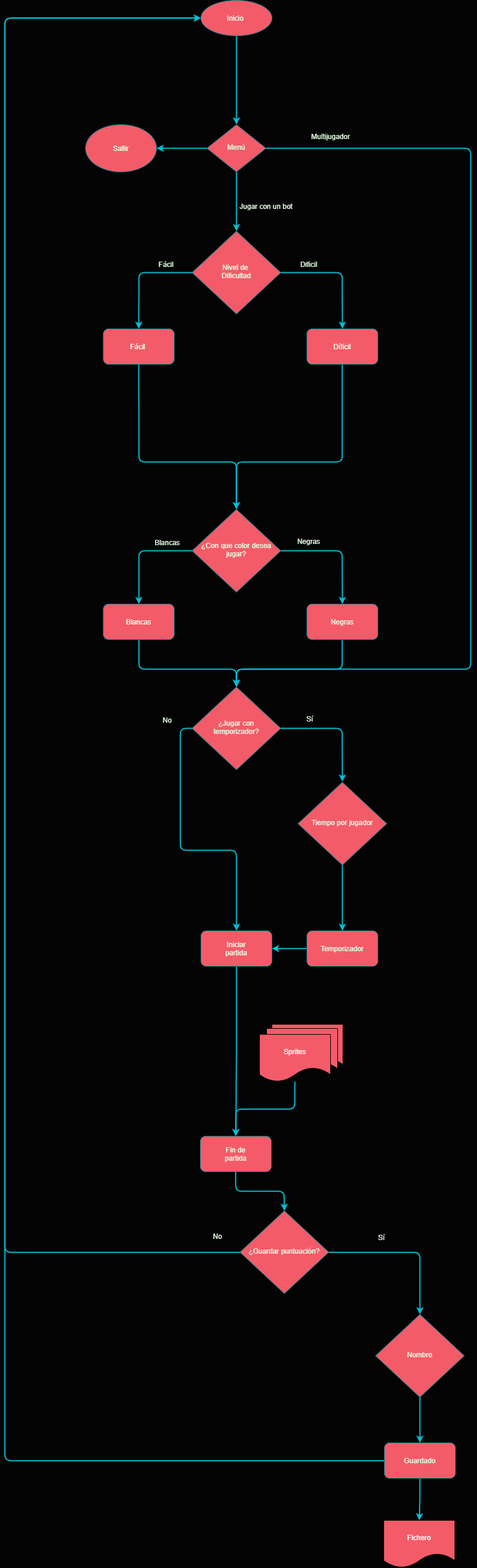
aigora/twIE_2021-chkr_s-l keeps this draw.io diagram as Diagrama de flujo!.png. Above is the earlier version. Source tidied: cells renumbered, new cells last; positions are measured from the earlier drawing's top-left corner, leaving out a move shared by most shapes.
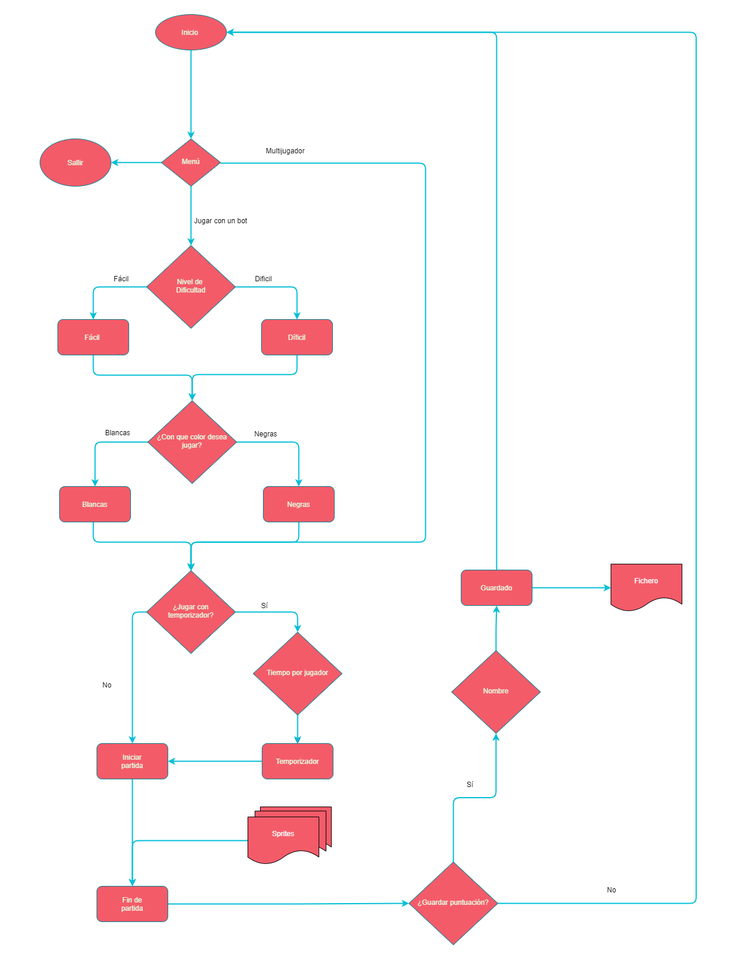
The same file after the commit.

Commit message:
Cambiados diagramas en cuanto a estética

Diff of the diagram source:
```diff
@@ -1,4 +1,4 @@
-<mxGraphModel background="#030303">
+<mxGraphModel background="#FFFFFF">
   <root>
     <mxCell id="0" />
     <mxCell id="1" parent="0" />
@@ -8,12 +8,14 @@
     <mxCell id="3" style="edgeStyle=orthogonalEdgeStyle;curved=0;rounded=1;sketch=0;jettySize=auto;html=1;entryX=0.5;entryY=0;entryDx=0;entryDy=0;fillColor=#F45B69;fontColor=#E4FDE1;strokeColor=#03BED6;strokeWidth=2;" parent="1" edge="1" source="5" target="19">
       <mxGeometry relative="1" as="geometry" />
     </mxCell>
-    <mxCell id="4" style="edgeStyle=orthogonalEdgeStyle;rounded=1;jettySize=auto;html=1;entryX=0.5;entryY=0;entryDx=0;entryDy=0;strokeColor=#03BED6;strokeWidth=2;" parent="1" edge="1" source="5" target="26">
+    <mxCell id="4" style="edgeStyle=orthogonalEdgeStyle;rounded=1;orthogonalLoop=1;jettySize=auto;html=1;entryX=0.5;entryY=0;entryDx=0;entryDy=0;strokeColor=#03BED6;strokeWidth=2;" parent="1" edge="1">
       <mxGeometry relative="1" as="geometry">
+        <mxPoint x="441" y="251" as="sourcePoint" />
+        <mxPoint x="391" y="940" as="targetPoint" />
         <Array as="points">
-          <mxPoint x="787" y="250" />
-          <mxPoint x="787" y="1130" />
-          <mxPoint x="391" y="1130" />
+          <mxPoint x="787" y="251" />
+          <mxPoint x="787" y="891" />
+          <mxPoint x="391" y="891" />
         </Array>
       </mxGeometry>
     </mxCell>
@@ -23,7 +25,8 @@
     <mxCell id="6" style="edgeStyle=orthogonalEdgeStyle;curved=0;rounded=1;sketch=0;jettySize=auto;html=1;fillColor=#F45B69;fontColor=#E4FDE1;exitX=0.5;exitY=1;exitDx=0;exitDy=0;entryX=0.5;entryY=0;entryDx=0;entryDy=0;strokeColor=#03BED6;strokeWidth=2;" parent="1" edge="1" source="21" target="9">
       <mxGeometry relative="1" as="geometry">
         <Array as="points">
-          <mxPoint x="226" y="780" />
+          <mxPoint x="226" y="609" />
+          <mxPoint x="393" y="609" />
         </Array>
       </mxGeometry>
     </mxCell>
@@ -34,7 +37,7 @@
       <mxGeometry relative="1" as="geometry" />
     </mxCell>
     <mxCell id="9" value="¿Con que color desea jugar?" style="rhombus;whiteSpace=wrap;html=1;shadow=0;fontFamily=Helvetica;fontSize=12;align=center;strokeWidth=1;spacing=6;spacingTop=-4;fillColor=#F45B69;strokeColor=#028090;fontColor=#E4FDE1;" parent="1" vertex="1">
-      <mxGeometry x="316" y="860" width="150" height="140" as="geometry" />
+      <mxGeometry x="318" y="652" width="150" height="140" as="geometry" />
     </mxCell>
     <mxCell id="10" style="edgeStyle=orthogonalEdgeStyle;curved=0;rounded=1;sketch=0;jettySize=auto;html=1;entryX=0.5;entryY=0;entryDx=0;entryDy=0;fillColor=#F45B69;fontColor=#E4FDE1;strokeColor=#03BED6;strokeWidth=2;" parent="1" edge="1" source="11" target="5">
       <mxGeometry relative="1" as="geometry" />
@@ -45,32 +48,33 @@
     <mxCell id="12" value="Sallir" style="ellipse;whiteSpace=wrap;html=1;fillColor=#F45B69;strokeColor=#028090;fontColor=#E4FDE1;" parent="1" vertex="1">
       <mxGeometry x="136" y="210" width="120" height="80" as="geometry" />
     </mxCell>
-    <mxCell id="13" value="Jugar con un bot&lt;br&gt;&lt;br&gt;" style="text;html=1;align=center;verticalAlign=middle;fontColor=#E4FDE1;" parent="1" vertex="1">
+    <mxCell id="13" value="Jugar con un bot&lt;br&gt;&lt;br&gt;" style="text;html=1;align=center;verticalAlign=middle;" parent="1" vertex="1">
       <mxGeometry x="386" y="340" width="110" height="30" as="geometry" />
     </mxCell>
-    <mxCell id="14" style="edgeStyle=orthogonalEdgeStyle;rounded=1;jettySize=auto;html=1;entryX=0.5;entryY=0;entryDx=0;entryDy=0;strokeColor=#03BED6;strokeWidth=2;" parent="1" edge="1" source="15" target="26">
+    <mxCell id="14" style="edgeStyle=orthogonalEdgeStyle;rounded=1;jettySize=auto;html=1;entryX=0.5;entryY=0;entryDx=0;entryDy=0;strokeWidth=2;strokeColor=#03BED6;" parent="1" edge="1" source="15" target="26">
       <mxGeometry relative="1" as="geometry">
         <Array as="points">
-          <mxPoint x="226" y="1130" />
-          <mxPoint x="391" y="1130" />
+          <mxPoint x="226" y="891" />
+          <mxPoint x="391" y="891" />
+          <mxPoint x="391" y="908" />
         </Array>
       </mxGeometry>
     </mxCell>
     <mxCell id="15" value="Blancas" style="rounded=1;whiteSpace=wrap;html=1;fillColor=#F45B69;strokeColor=#028090;fontColor=#E4FDE1;" parent="1" vertex="1">
-      <mxGeometry x="166" y="1020" width="120" height="60" as="geometry" />
+      <mxGeometry x="169" y="797" width="120" height="60" as="geometry" />
     </mxCell>
     <mxCell id="16" style="edgeStyle=orthogonalEdgeStyle;rounded=1;jettySize=auto;html=1;entryX=0.5;entryY=0;entryDx=0;entryDy=0;strokeColor=#03BED6;strokeWidth=2;" parent="1" edge="1" source="17" target="26">
       <mxGeometry relative="1" as="geometry">
         <Array as="points">
-          <mxPoint x="570" y="1130" />
-          <mxPoint x="391" y="1130" />
+          <mxPoint x="573" y="891" />
+          <mxPoint x="391" y="891" />
         </Array>
       </mxGeometry>
     </mxCell>
     <mxCell id="17" value="Negras" style="rounded=1;whiteSpace=wrap;html=1;fillColor=#F45B69;strokeColor=#028090;fontColor=#E4FDE1;" parent="1" vertex="1">
-      <mxGeometry x="510" y="1020" width="120" height="60" as="geometry" />
+      <mxGeometry x="513" y="797" width="120" height="60" as="geometry" />
     </mxCell>
-    <mxCell id="18" value="Multijugador" style="text;html=1;align=center;verticalAlign=middle;fontColor=#E4FDE1;" parent="1" vertex="1">
+    <mxCell id="18" value="Multijugador" style="text;html=1;align=center;verticalAlign=middle;fontColor=#050505;" parent="1" vertex="1">
       <mxGeometry x="510" y="220" width="80" height="20" as="geometry" />
     </mxCell>
     <mxCell id="19" value="Nivel de&amp;nbsp;&lt;br&gt;Dificultad" style="rhombus;whiteSpace=wrap;html=1;shadow=0;fontFamily=Helvetica;fontSize=12;align=center;strokeWidth=1;spacing=6;spacingTop=-4;fillColor=#F45B69;strokeColor=#028090;fontColor=#E4FDE1;" parent="1" vertex="1">
@@ -82,7 +86,7 @@
       </mxGeometry>
     </mxCell>
     <mxCell id="21" value="Fácil&amp;nbsp;" style="rounded=1;whiteSpace=wrap;html=1;fillColor=#F45B69;strokeColor=#028090;fontColor=#E4FDE1;" parent="1" vertex="1">
-      <mxGeometry x="166" y="555" width="120" height="60" as="geometry" />
+      <mxGeometry x="166" y="515" width="120" height="60" as="geometry" />
     </mxCell>
     <mxCell id="22" style="edgeStyle=orthogonalEdgeStyle;curved=0;rounded=1;sketch=0;jettySize=auto;html=1;entryX=0.5;entryY=0;entryDx=0;entryDy=0;fillColor=#F45B69;fontColor=#E4FDE1;strokeColor=#03BED6;strokeWidth=2;" parent="1" edge="1" target="24">
       <mxGeometry relative="1" as="geometry">
@@ -92,42 +96,40 @@
     <mxCell id="23" style="edgeStyle=orthogonalEdgeStyle;curved=0;rounded=1;sketch=0;jettySize=auto;html=1;entryX=0.5;entryY=0;entryDx=0;entryDy=0;fillColor=#F45B69;fontColor=#E4FDE1;strokeColor=#03BED6;strokeWidth=2;" parent="1" edge="1" source="24" target="9">
       <mxGeometry relative="1" as="geometry">
         <Array as="points">
-          <mxPoint x="570" y="780" />
+          <mxPoint x="570" y="608" />
+          <mxPoint x="393" y="608" />
         </Array>
       </mxGeometry>
     </mxCell>
     <mxCell id="24" value="Díficil" style="rounded=1;whiteSpace=wrap;html=1;fillColor=#F45B69;strokeColor=#028090;fontColor=#E4FDE1;" parent="1" vertex="1">
-      <mxGeometry x="510" y="555" width="120" height="60" as="geometry" />
+      <mxGeometry x="510" y="515" width="120" height="60" as="geometry" />
     </mxCell>
     <mxCell id="25" style="edgeStyle=orthogonalEdgeStyle;rounded=1;jettySize=auto;html=1;strokeColor=#03BED6;strokeWidth=2;exitX=0;exitY=0.5;exitDx=0;exitDy=0;" parent="1" edge="1" source="26" target="42">
       <mxGeometry relative="1" as="geometry" />
     </mxCell>
+    <mxCell id="60" style="edgeStyle=orthogonalEdgeStyle;rounded=1;jettySize=auto;html=1;entryX=0.5;entryY=0;entryDx=0;entryDy=0;strokeColor=#03BED6;strokeWidth=2;" parent="1" edge="1" source="26" target="38">
+      <mxGeometry relative="1" as="geometry" />
+    </mxCell>
     <mxCell id="26" value="¿Jugar con temporizador?" style="rhombus;whiteSpace=wrap;html=1;shadow=0;fontFamily=Helvetica;fontSize=12;align=center;strokeWidth=1;spacing=6;spacingTop=-4;fillColor=#F45B69;strokeColor=#028090;fontColor=#E4FDE1;" parent="1" vertex="1">
-      <mxGeometry x="316" y="1160" width="150" height="140" as="geometry" />
+      <mxGeometry x="316" y="939" width="150" height="140" as="geometry" />
     </mxCell>
-    <mxCell id="27" style="edgeStyle=orthogonalEdgeStyle;rounded=1;orthogonalLoop=1;jettySize=auto;html=1;entryX=0.5;entryY=0;entryDx=0;entryDy=0;strokeWidth=2;strokeColor=#03BED6;" parent="1" edge="1">
-      <mxGeometry relative="1" as="geometry">
-        <mxPoint x="466" y="1230" as="sourcePoint" />
-        <mxPoint x="570" y="1320" as="targetPoint" />
-      </mxGeometry>
-    </mxCell>
-    <mxCell id="28" value="Dificil&lt;br&gt;" style="text;html=1;align=center;verticalAlign=middle;fontColor=#E4FDE1;" parent="1" vertex="1">
+    <mxCell id="28" value="Dificil&lt;br&gt;" style="text;html=1;align=center;verticalAlign=middle;" parent="1" vertex="1">
       <mxGeometry x="493" y="437" width="39" height="18" as="geometry" />
     </mxCell>
-    <mxCell id="29" value="Fácil&lt;br&gt;" style="text;html=1;align=center;verticalAlign=middle;fontColor=#E4FDE1;" parent="1" vertex="1">
+    <mxCell id="29" value="Fácil&lt;br&gt;" style="text;html=1;align=center;verticalAlign=middle;" parent="1" vertex="1">
       <mxGeometry x="255" y="437" width="35" height="18" as="geometry" />
     </mxCell>
-    <mxCell id="30" value="Negras&lt;br&gt;" style="text;html=1;align=center;verticalAlign=middle;fontColor=#E4FDE1;" parent="1" vertex="1">
-      <mxGeometry x="488" y="905" width="49" height="18" as="geometry" />
+    <mxCell id="30" value="Negras&lt;br&gt;" style="text;html=1;align=center;verticalAlign=middle;fontColor=#050505;" parent="1" vertex="1">
+      <mxGeometry x="492" y="699" width="49" height="18" as="geometry" />
     </mxCell>
-    <mxCell id="31" value="Blancas&lt;br&gt;" style="text;html=1;align=center;verticalAlign=middle;fontColor=#E4FDE1;" parent="1" vertex="1">
-      <mxGeometry x="247" y="907" width="53" height="18" as="geometry" />
+    <mxCell id="31" value="Blancas&lt;br&gt;" style="text;html=1;align=center;verticalAlign=middle;" parent="1" vertex="1">
+      <mxGeometry x="240" y="697" width="53" height="18" as="geometry" />
     </mxCell>
-    <mxCell id="32" value="No&lt;br&gt;" style="text;html=1;align=center;verticalAlign=middle;fontColor=#E4FDE1;" parent="1" vertex="1">
-      <mxGeometry x="261" y="1207" width="25" height="18" as="geometry" />
+    <mxCell id="32" value="No&lt;br&gt;" style="text;html=1;align=center;verticalAlign=middle;fontColor=#050505;" parent="1" vertex="1">
+      <mxGeometry x="236" y="1123" width="25" height="18" as="geometry" />
     </mxCell>
-    <mxCell id="33" value="Sí&lt;br&gt;" style="text;html=1;align=center;verticalAlign=middle;fontColor=#E4FDE1;" parent="1" vertex="1">
-      <mxGeometry x="504" y="1205" width="21" height="18" as="geometry" />
+    <mxCell id="33" value="Sí&lt;br&gt;" style="text;html=1;align=center;verticalAlign=middle;fontColor=#050505;" parent="1" vertex="1">
+      <mxGeometry x="505" y="989" width="21" height="18" as="geometry" />
     </mxCell>
     <mxCell id="34" style="edgeStyle=orthogonalEdgeStyle;rounded=0;jettySize=auto;html=1;" parent="1" edge="1" source="38" target="40">
       <mxGeometry relative="1" as="geometry" />
@@ -142,80 +144,79 @@
       <mxGeometry relative="1" as="geometry" />
     </mxCell>
     <mxCell id="38" value="Tiempo por jugador" style="rhombus;whiteSpace=wrap;html=1;shadow=0;fontFamily=Helvetica;fontSize=12;align=center;strokeWidth=1;spacing=6;spacingTop=-4;fillColor=#F45B69;strokeColor=#028090;fontColor=#E4FDE1;" parent="1" vertex="1">
-      <mxGeometry x="495" y="1321" width="150" height="140" as="geometry" />
+      <mxGeometry x="496" y="1043" width="150" height="140" as="geometry" />
     </mxCell>
     <mxCell id="39" style="edgeStyle=orthogonalEdgeStyle;rounded=1;jettySize=auto;html=1;entryX=1;entryY=0.5;entryDx=0;entryDy=0;strokeColor=#03BED6;strokeWidth=2;" parent="1" edge="1" source="40" target="42">
       <mxGeometry relative="1" as="geometry" />
     </mxCell>
     <mxCell id="40" value="Temporizador" style="rounded=1;whiteSpace=wrap;html=1;fillColor=#F45B69;strokeColor=#028090;fontColor=#E4FDE1;" parent="1" vertex="1">
-      <mxGeometry x="510" y="1572" width="120" height="60" as="geometry" />
+      <mxGeometry x="511" y="1231" width="120" height="60" as="geometry" />
     </mxCell>
     <mxCell id="41" style="edgeStyle=orthogonalEdgeStyle;rounded=1;jettySize=auto;html=1;strokeColor=#03BED6;strokeWidth=2;" parent="1" edge="1" source="42" target="44">
       <mxGeometry relative="1" as="geometry" />
     </mxCell>
     <mxCell id="42" value="Iniciar&lt;br&gt;partida" style="rounded=1;whiteSpace=wrap;html=1;fillColor=#F45B69;strokeColor=#028090;fontColor=#E4FDE1;" parent="1" vertex="1">
-      <mxGeometry x="331" y="1572" width="120" height="60" as="geometry" />
+      <mxGeometry x="232" y="1231" width="120" height="60" as="geometry" />
     </mxCell>
     <mxCell id="43" style="edgeStyle=orthogonalEdgeStyle;rounded=1;jettySize=auto;html=1;strokeColor=#03BED6;strokeWidth=2;" parent="1" edge="1" source="44" target="47">
       <mxGeometry relative="1" as="geometry" />
     </mxCell>
     <mxCell id="44" value="Fin de&lt;br&gt;partida" style="rounded=1;whiteSpace=wrap;html=1;fillColor=#F45B69;strokeColor=#028090;fontColor=#E4FDE1;" parent="1" vertex="1">
-      <mxGeometry x="330" y="1919" width="120" height="60" as="geometry" />
+      <mxGeometry x="232" y="1472" width="120" height="60" as="geometry" />
     </mxCell>
     <mxCell id="45" style="edgeStyle=orthogonalEdgeStyle;rounded=1;jettySize=auto;html=1;strokeColor=#03BED6;strokeWidth=2;" parent="1" edge="1" source="47" target="49">
       <mxGeometry relative="1" as="geometry" />
     </mxCell>
-    <mxCell id="46" style="edgeStyle=orthogonalEdgeStyle;rounded=1;jettySize=auto;html=1;strokeColor=#03BED6;strokeWidth=2;fontColor=#FFFFFF;entryX=0;entryY=0.5;entryDx=0;entryDy=0;" parent="1" edge="1" source="47" target="11">
+    <mxCell id="46" style="edgeStyle=orthogonalEdgeStyle;rounded=1;jettySize=auto;html=1;strokeColor=#03BED6;strokeWidth=2;fontColor=#FFFFFF;entryX=1;entryY=0.5;entryDx=0;entryDy=0;" parent="1" edge="1" source="47" target="11">
       <mxGeometry relative="1" as="geometry">
         <Array as="points">
-          <mxPoint y="2115" />
-          <mxPoint y="30" />
+          <mxPoint x="1244" y="1501" />
+          <mxPoint x="1244" y="30" />
         </Array>
       </mxGeometry>
     </mxCell>
     <mxCell id="47" value="¿Guardar puntuación?" style="rhombus;whiteSpace=wrap;html=1;shadow=0;fontFamily=Helvetica;fontSize=12;align=center;strokeWidth=1;spacing=6;spacingTop=-4;fillColor=#F45B69;strokeColor=#028090;fontColor=#E4FDE1;" parent="1" vertex="1">
-      <mxGeometry x="397" y="2045" width="150" height="140" as="geometry" />
+      <mxGeometry x="759" y="1431" width="150" height="140" as="geometry" />
     </mxCell>
     <mxCell id="48" style="edgeStyle=orthogonalEdgeStyle;rounded=1;jettySize=auto;html=1;strokeColor=#03BED6;strokeWidth=2;" parent="1" edge="1" source="49" target="52">
       <mxGeometry relative="1" as="geometry" />
     </mxCell>
     <mxCell id="49" value="Nombre" style="rhombus;whiteSpace=wrap;html=1;shadow=0;fontFamily=Helvetica;fontSize=12;align=center;strokeWidth=1;spacing=6;spacingTop=-4;fillColor=#F45B69;strokeColor=#028090;fontColor=#E4FDE1;" parent="1" vertex="1">
-      <mxGeometry x="626" y="2220" width="150" height="140" as="geometry" />
+      <mxGeometry x="831" y="1074" width="150" height="140" as="geometry" />
     </mxCell>
-    <mxCell id="50" style="edgeStyle=orthogonalEdgeStyle;rounded=1;jettySize=auto;html=1;entryX=0.5;entryY=0;entryDx=0;entryDy=0;strokeColor=#03BED6;strokeWidth=2;" parent="1" edge="1" source="52" target="55">
+    <mxCell id="50" style="edgeStyle=orthogonalEdgeStyle;rounded=1;jettySize=auto;html=1;entryX=0;entryY=0.5;entryDx=0;entryDy=0;strokeColor=#03BED6;strokeWidth=2;" parent="1" edge="1" source="52" target="55">
       <mxGeometry relative="1" as="geometry" />
     </mxCell>
-    <mxCell id="51" style="edgeStyle=orthogonalEdgeStyle;rounded=1;jettySize=auto;html=1;strokeColor=#03BED6;strokeWidth=2;fontColor=#FFFFFF;entryX=0;entryY=0.5;entryDx=0;entryDy=0;" parent="1" edge="1" source="52" target="11">
+    <mxCell id="51" style="edgeStyle=orthogonalEdgeStyle;rounded=1;jettySize=auto;html=1;entryX=1;entryY=0.5;entryDx=0;entryDy=0;strokeColor=#03BED6;strokeWidth=2;" parent="1" edge="1" source="52" target="11">
       <mxGeometry relative="1" as="geometry">
         <Array as="points">
-          <mxPoint y="2467" />
-          <mxPoint y="30" />
+          <mxPoint x="907" y="30" />
         </Array>
       </mxGeometry>
     </mxCell>
     <mxCell id="52" value="Guardado" style="rounded=1;whiteSpace=wrap;html=1;fillColor=#F45B69;strokeColor=#028090;fontColor=#E4FDE1;" parent="1" vertex="1">
-      <mxGeometry x="641" y="2437" width="120" height="60" as="geometry" />
+      <mxGeometry x="847" y="938" width="120" height="60" as="geometry" />
     </mxCell>
-    <mxCell id="53" value="Sí&lt;br&gt;" style="text;html=1;align=center;verticalAlign=middle;fontColor=#E4FDE1;" parent="1" vertex="1">
-      <mxGeometry x="625" y="2081" width="21" height="18" as="geometry" />
+    <mxCell id="53" value="Sí&lt;br&gt;" style="text;html=1;align=center;verticalAlign=middle;" parent="1" vertex="1">
+      <mxGeometry x="852" y="1291" width="21" height="18" as="geometry" />
     </mxCell>
-    <mxCell id="54" value="No&lt;br&gt;" style="text;html=1;align=center;verticalAlign=middle;fontColor=#E4FDE1;" parent="1" vertex="1">
-      <mxGeometry x="346" y="2079" width="25" height="18" as="geometry" />
+    <mxCell id="54" value="No&lt;br&gt;" style="text;html=1;align=center;verticalAlign=middle;" parent="1" vertex="1">
+      <mxGeometry x="1088" y="1469" width="25" height="18" as="geometry" />
     </mxCell>
     <mxCell id="55" value="&lt;font color=&quot;#ffffff&quot;&gt;Fichero&lt;/font&gt;" style="shape=document;whiteSpace=wrap;html=1;boundedLbl=1;fillColor=#F45B69;" parent="1" vertex="1">
-      <mxGeometry x="640" y="2568" width="120" height="80" as="geometry" />
+      <mxGeometry x="1100" y="928" width="120" height="80" as="geometry" />
     </mxCell>
     <mxCell id="56" style="shape=document;whiteSpace=wrap;html=1;boundedLbl=1;fillColor=#F45B69;" parent="1" vertex="1">
-      <mxGeometry x="451" y="1730" width="120" height="80" as="geometry" />
+      <mxGeometry x="508" y="1338" width="120" height="80" as="geometry" />
     </mxCell>
     <mxCell id="57" style="shape=document;whiteSpace=wrap;html=1;boundedLbl=1;fillColor=#F45B69;" parent="1" vertex="1">
-      <mxGeometry x="442" y="1737" width="120" height="80" as="geometry" />
+      <mxGeometry x="499" y="1345" width="120" height="80" as="geometry" />
     </mxCell>
     <mxCell id="58" style="edgeStyle=orthogonalEdgeStyle;rounded=1;jettySize=auto;html=1;entryX=0.5;entryY=0;entryDx=0;entryDy=0;strokeColor=#03BED6;strokeWidth=2;fontColor=#FFFFFF;" parent="1" edge="1" source="59" target="44">
       <mxGeometry relative="1" as="geometry" />
     </mxCell>
     <mxCell id="59" value="Sprites" style="shape=document;whiteSpace=wrap;html=1;boundedLbl=1;fillColor=#F45B69;fontColor=#FFFFFF;" parent="1" vertex="1">
-      <mxGeometry x="430" y="1747" width="120" height="80" as="geometry" />
+      <mxGeometry x="487" y="1355" width="120" height="80" as="geometry" />
     </mxCell>
   </root>
 </mxGraphModel>
```
